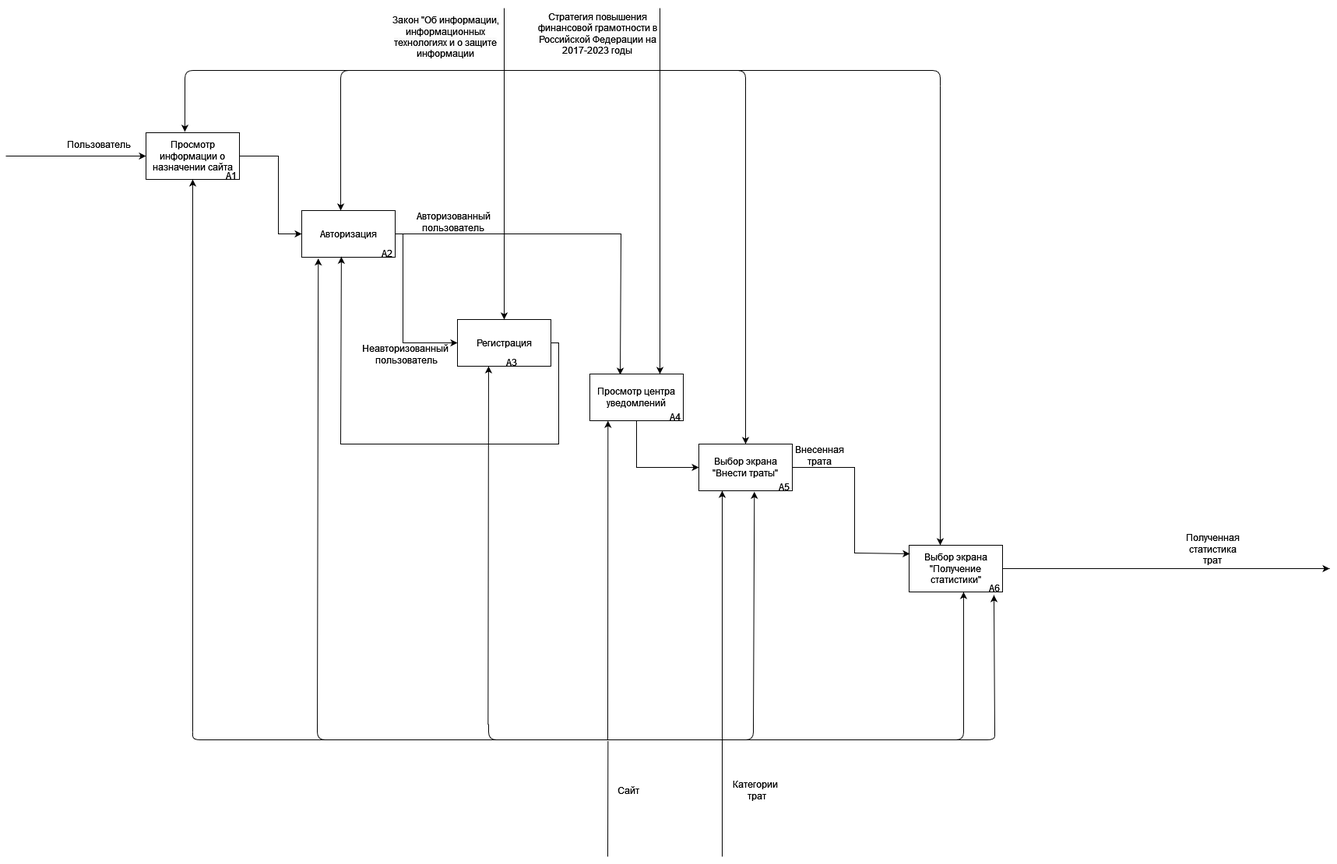
Before: documentation/diagrams/IDEF0_A0_1level.png, a diagram exported from draw.io (money-pie/moneypie). Source tidied: cells renumbered, new cells last; positions are measured from the earlier drawing's top-left corner, leaving out a move shared by most shapes.
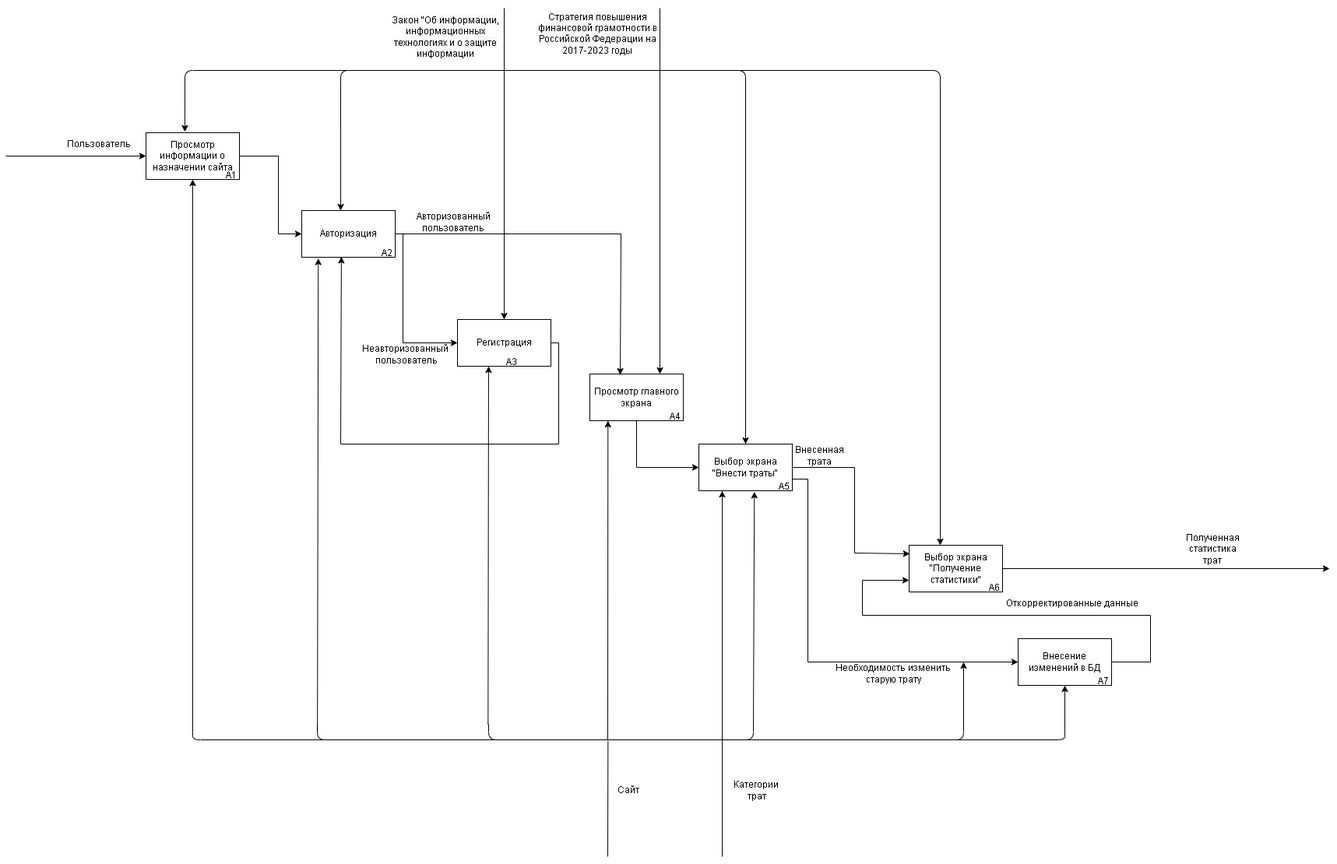
The same diagram one commit later.

What changed in the source:
```diff
@@ -14,6 +14,9 @@
     <mxCell id="5" value="Выбор экрана &quot;Внести траты&quot;" style="rounded=0;whiteSpace=wrap;html=1;" parent="1" vertex="1">
       <mxGeometry x="890" y="570" width="120" height="60" as="geometry" />
     </mxCell>
+    <mxCell id="51" value="Внесение изменений в БД" style="rounded=0;whiteSpace=wrap;html=1;" parent="1" vertex="1">
+      <mxGeometry x="1300" y="820" width="120" height="60" as="geometry" />
+    </mxCell>
     <mxCell id="6" value="Выбор экрана &quot;Получение статистики&quot;" style="rounded=0;whiteSpace=wrap;html=1;" parent="1" vertex="1">
       <mxGeometry x="1160" y="700" width="120" height="60" as="geometry" />
     </mxCell>
@@ -60,6 +63,14 @@
         </Array>
       </mxGeometry>
     </mxCell>
+    <mxCell id="52" style="endArrow=classic;html=1;rounded=0;exitX=1;exitY=0.75;exitDx=0;exitDy=0;entryX=0;entryY=0.5;entryDx=0;entryDy=0;" parent="1" edge="1" source="5" target="51">
+      <mxGeometry relative="1" as="geometry">
+        <Array as="points">
+          <mxPoint x="1030" y="615" />
+          <mxPoint x="1030" y="850" />
+        </Array>
+      </mxGeometry>
+    </mxCell>
     <mxCell id="14" style="endArrow=classic;html=1;rounded=0;exitX=1;exitY=0.5;exitDx=0;exitDy=0;" parent="1" edge="1" source="6">
       <mxGeometry relative="1" as="geometry">
         <mxPoint x="1700" y="730" as="targetPoint" />
@@ -89,9 +100,22 @@
         </Array>
       </mxGeometry>
     </mxCell>
+    <mxCell id="53" style="endArrow=classic;html=1;rounded=0;entryX=0;entryY=0.75;entryDx=0;entryDy=0;exitX=1;exitY=0.5;exitDx=0;exitDy=0;" parent="1" edge="1" source="51" target="6">
+      <mxGeometry relative="1" as="geometry">
+        <Array as="points">
+          <mxPoint x="1470" y="850" />
+          <mxPoint x="1470" y="790" />
+          <mxPoint x="1100" y="790" />
+          <mxPoint x="1100" y="745" />
+        </Array>
+      </mxGeometry>
+    </mxCell>
     <mxCell id="21" value="Внесенная трата" style="text;html=1;strokeColor=none;fillColor=none;align=center;verticalAlign=middle;whiteSpace=wrap;rounded=0;" parent="1" vertex="1">
       <mxGeometry x="1010" y="570" width="70" height="30" as="geometry" />
     </mxCell>
+    <mxCell id="54" value="Необходимость изменить старую трату" style="text;html=1;strokeColor=none;fillColor=none;align=center;verticalAlign=middle;whiteSpace=wrap;rounded=0;" parent="1" vertex="1">
+      <mxGeometry x="1050" y="850" width="180" height="30" as="geometry" />
+    </mxCell>
     <mxCell id="22" style="endArrow=classic;html=1;rounded=0;" parent="1" edge="1" target="4">
       <mxGeometry relative="1" as="geometry">
         <mxPoint x="640" y="10" as="sourcePoint" />
@@ -120,11 +144,14 @@
     <mxCell id="29" value="&lt;br&gt;&lt;span style=&quot;color: rgb(0, 0, 0); font-family: Helvetica; font-size: 12px; font-style: normal; font-variant-ligatures: normal; font-variant-caps: normal; font-weight: 400; letter-spacing: normal; orphans: 2; text-align: center; text-indent: 0px; text-transform: none; widows: 2; word-spacing: 0px; -webkit-text-stroke-width: 0px; background-color: rgb(251, 251, 251); text-decoration-thickness: initial; text-decoration-style: initial; text-decoration-color: initial; float: none; display: inline !important;&quot;&gt;Закон &quot;Об информации, информационных технологиях и о защите информации&lt;/span&gt;&lt;br&gt;" style="text;html=1;strokeColor=none;fillColor=none;align=center;verticalAlign=middle;whiteSpace=wrap;rounded=0;" parent="1" vertex="1">
       <mxGeometry x="495" width="140" height="80" as="geometry" />
     </mxCell>
+    <mxCell id="55" value="Откорректированные данные" style="text;html=1;strokeColor=none;fillColor=none;align=center;verticalAlign=middle;whiteSpace=wrap;rounded=0;" parent="1" vertex="1">
+      <mxGeometry x="1280" y="760" width="180" height="30" as="geometry" />
+    </mxCell>
     <mxCell id="30" style="shape=curlyBracket;whiteSpace=wrap;html=1;rounded=1;flipH=1;labelPosition=right;verticalLabelPosition=middle;align=left;verticalAlign=middle;direction=north;size=0;" parent="1" vertex="1">
       <mxGeometry x="400" y="930" width="830" height="20" as="geometry" />
     </mxCell>
     <mxCell id="31" style="shape=curlyBracket;whiteSpace=wrap;html=1;rounded=1;flipH=1;labelPosition=right;verticalLabelPosition=middle;align=left;verticalAlign=middle;direction=north;size=0;" parent="1" vertex="1">
-      <mxGeometry x="240" y="940" width="1030" height="10" as="geometry" />
+      <mxGeometry x="240" y="940" width="1120" height="10" as="geometry" />
     </mxCell>
     <mxCell id="32" style="shape=curlyBracket;whiteSpace=wrap;html=1;rounded=1;flipH=1;labelPosition=right;verticalLabelPosition=middle;align=left;verticalAlign=middle;direction=north;size=0;" parent="1" vertex="1">
       <mxGeometry x="620" y="930" width="340" height="20" as="geometry" />
@@ -132,10 +159,8 @@
     <mxCell id="33" style="endArrow=classic;html=1;rounded=0;exitX=1;exitY=1;exitDx=0;exitDy=0;exitPerimeter=0;" parent="1" edge="1" source="31" target="2">
       <mxGeometry relative="1" as="geometry" />
     </mxCell>
-    <mxCell id="34" style="endArrow=classic;html=1;rounded=0;entryX=0.177;entryY=1.025;entryDx=0;entryDy=0;entryPerimeter=0;" parent="1" edge="1" target="3">
-      <mxGeometry relative="1" as="geometry">
-        <mxPoint x="400" y="940" as="sourcePoint" />
-      </mxGeometry>
+    <mxCell id="34" style="endArrow=classic;html=1;rounded=0;exitX=1;exitY=0.857;exitDx=0;exitDy=0;exitPerimeter=0;entryX=0.177;entryY=1.025;entryDx=0;entryDy=0;entryPerimeter=0;" parent="1" edge="1" source="31" target="3">
+      <mxGeometry relative="1" as="geometry" />
     </mxCell>
     <mxCell id="35" style="endArrow=classic;html=1;rounded=0;exitX=0.97;exitY=1.002;exitDx=0;exitDy=0;exitPerimeter=0;entryX=0.333;entryY=1;entryDx=0;entryDy=0;entryPerimeter=0;" parent="1" edge="1" source="32" target="4">
       <mxGeometry relative="1" as="geometry" />
@@ -143,10 +168,10 @@
     <mxCell id="36" style="endArrow=classic;html=1;rounded=0;exitX=0.75;exitY=1;exitDx=0;exitDy=0;entryX=0.594;entryY=1.021;entryDx=0;entryDy=0;entryPerimeter=0;" parent="1" edge="1" source="32" target="5">
       <mxGeometry relative="1" as="geometry" />
     </mxCell>
-    <mxCell id="37" style="endArrow=classic;html=1;rounded=0;exitX=0.75;exitY=1;exitDx=0;exitDy=0;entryX=0.583;entryY=1;entryDx=0;entryDy=0;entryPerimeter=0;" parent="1" edge="1" source="30" target="6">
+    <mxCell id="37" style="endArrow=classic;html=1;rounded=0;exitX=0.75;exitY=1;exitDx=0;exitDy=0;entryX=1;entryY=0;entryDx=0;entryDy=0;" parent="1" edge="1" source="30" target="54">
       <mxGeometry relative="1" as="geometry" />
     </mxCell>
-    <mxCell id="38" style="endArrow=classic;html=1;rounded=0;exitX=0.75;exitY=1;exitDx=0;exitDy=0;entryX=0.908;entryY=1.067;entryDx=0;entryDy=0;entryPerimeter=0;" parent="1" edge="1" source="31" target="6">
+    <mxCell id="38" style="endArrow=classic;html=1;rounded=0;exitX=0.75;exitY=1;exitDx=0;exitDy=0;entryX=0.5;entryY=1;entryDx=0;entryDy=0;" parent="1" edge="1" source="31" target="51">
       <mxGeometry relative="1" as="geometry" />
     </mxCell>
     <mxCell id="39" style="endArrow=none;html=1;rounded=0;entryX=-0.074;entryY=0.549;entryDx=0;entryDy=0;entryPerimeter=0;" parent="1" edge="1" target="32">
@@ -171,7 +196,7 @@
     <mxCell id="44" value="Неавторизованный&amp;nbsp;&lt;br&gt;пользователь" style="text;html=1;strokeColor=none;fillColor=none;align=center;verticalAlign=middle;whiteSpace=wrap;rounded=0;" parent="1" vertex="1">
       <mxGeometry x="490" y="440" width="50" height="30" as="geometry" />
     </mxCell>
-    <mxCell id="45" value="Просмотр центра уведомлений" style="rounded=0;whiteSpace=wrap;html=1;" parent="1" vertex="1">
+    <mxCell id="45" value="Просмотр главного экрана" style="rounded=0;whiteSpace=wrap;html=1;" parent="1" vertex="1">
       <mxGeometry x="750" y="480" width="120" height="60" as="geometry" />
     </mxCell>
     <mxCell id="46" style="endArrow=classic;html=1;rounded=0;entryX=0.75;entryY=0;entryDx=0;entryDy=0;" parent="1" edge="1" target="45">
@@ -192,6 +217,9 @@
     <mxCell id="49" value="A4" style="text;html=1;strokeColor=none;fillColor=none;align=center;verticalAlign=middle;whiteSpace=wrap;rounded=0;" parent="1" vertex="1">
       <mxGeometry x="830" y="520" width="60" height="30" as="geometry" />
     </mxCell>
+    <mxCell id="56" value="A7" style="text;html=1;strokeColor=none;fillColor=none;align=center;verticalAlign=middle;whiteSpace=wrap;rounded=0;" parent="1" vertex="1">
+      <mxGeometry x="1380" y="860" width="60" height="30" as="geometry" />
+    </mxCell>
     <mxCell id="50" style="endArrow=classic;html=1;rounded=0;exitX=0.025;exitY=0.55;exitDx=0;exitDy=0;exitPerimeter=0;entryX=0.194;entryY=1.001;entryDx=0;entryDy=0;entryPerimeter=0;" parent="1" edge="1" source="32" target="45">
       <mxGeometry relative="1" as="geometry" />
     </mxCell>
```
